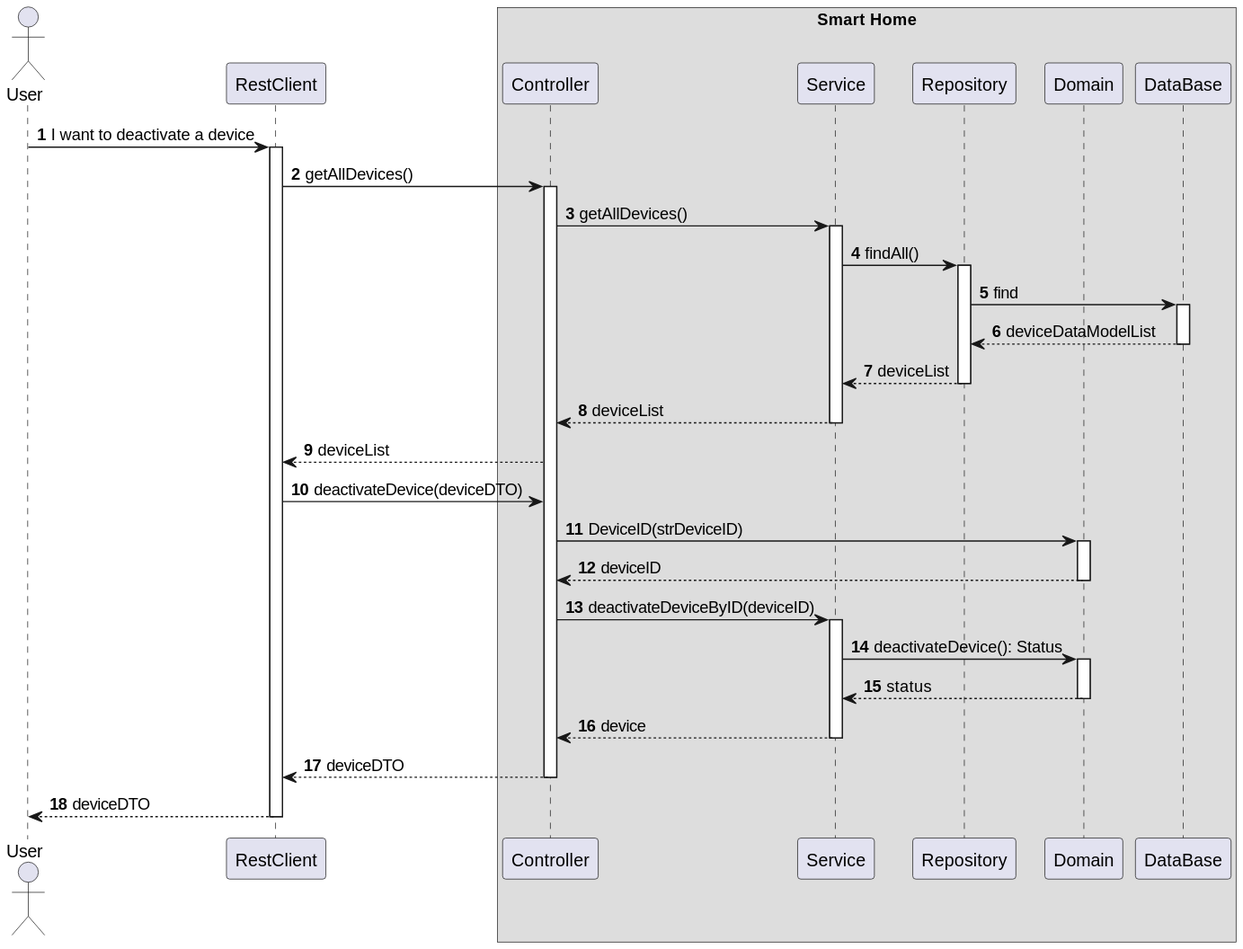
The PlantUML diagram docs/C4_4plus1_models/Level4/ProcessView/ProcessViewLevel4_UC08_v1.svg in moutajDev/smarthome, before a commit. Its diagram source:
```plantuml
@startuml
!pragma layout smetana

autonumber

actor "User" as User
participant "RestClient" as RC
box "Smart Home"
    participant "Controller" as CTRL
        participant "Service" as SV
        participant "Repository" as REPO
        participant "Domain" as DOM
        participant "DataBase" as BD
end box



User -> RC : I want to deactivate a device
activate RC

RC -> CTRL : getAllDevices()
activate CTRL

CTRL -> SV : getAllDevices()
activate SV

SV -> REPO : findAll()
activate REPO

REPO -> BD : find
activate BD

BD --> REPO : deviceDataModelList
deactivate BD

REPO --> SV : deviceList
deactivate REPO

SV --> CTRL : deviceList
deactivate SV

CTRL --> RC : deviceList

RC -> CTRL : deactivateDevice(deviceDTO)

CTRL -> DOM : DeviceID(strDeviceID)
activate DOM
DOM --> CTRL : deviceID
deactivate DOM

CTRL -> SV : deactivateDeviceByID(deviceID)
activate SV

SV -> DOM : deactivateDevice(): Status
activate DOM

DOM --> SV : status
deactivate DOM

SV --> CTRL : device
deactivate SV

CTRL --> RC : deviceDTO
deactivate CTRL

RC --> User : deviceDTO
deactivate RC
@enduml
```
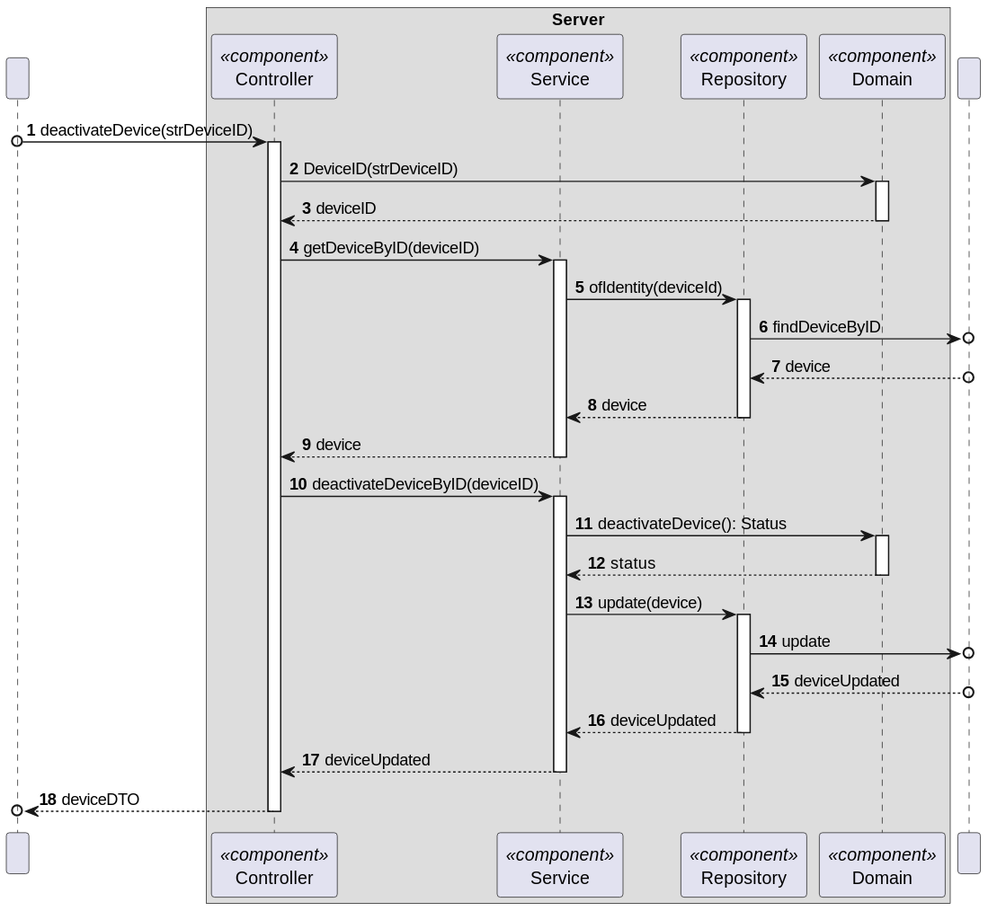
Above is the later version.

Change to the diagram source:
```diff
@@ -3,66 +3,61 @@
 
 autonumber
 
-actor "User" as User
-participant "RestClient" as RC
-box "Smart Home"
-    participant "Controller" as CTRL
-        participant "Service" as SV
-        participant "Repository" as REPO
-        participant "Domain" as DOM
-        participant "DataBase" as BD
+participant " " as HTTP
+
+box "Server"
+    participant "Controller" as CTRL<<component>>
+        participant "Service" as SV<<component>>
+        participant "Repository" as REPO<<component>>
+        participant "Domain" as DOM<<component>>
 end box
+participant " " as BD
 
 
 
-User -> RC : I want to deactivate a device
-activate RC
-
-RC -> CTRL : getAllDevices()
+HTTP o-> CTRL : deactivateDevice(strDeviceID)
 activate CTRL
 
-CTRL -> SV : getAllDevices()
+CTRL -> DOM: DeviceID(strDeviceID)
+activate DOM
+
+DOM --> CTRL : deviceID
+deactivate DOM
+
+CTRL -> SV : getDeviceByID(deviceID)
 activate SV
 
-SV -> REPO : findAll()
+SV -> REPO : ofIdentity(deviceId)
 activate REPO
-
-REPO -> BD : find
-activate BD
-
-BD --> REPO : deviceDataModelList
-deactivate BD
-
-REPO --> SV : deviceList
+REPO ->o BD : findDeviceByID
+BD o--> REPO : device
+REPO --> SV : device
 deactivate REPO
 
-SV --> CTRL : deviceList
+SV --> CTRL : device
 deactivate SV
 
-CTRL --> RC : deviceList
-
-RC -> CTRL : deactivateDevice(deviceDTO)
-
-CTRL -> DOM : DeviceID(strDeviceID)
-activate DOM
-DOM --> CTRL : deviceID
-deactivate DOM
 
 CTRL -> SV : deactivateDeviceByID(deviceID)
 activate SV
 
+
 SV -> DOM : deactivateDevice(): Status
 activate DOM
-
 DOM --> SV : status
 deactivate DOM
 
-SV --> CTRL : device
+SV -> REPO : update(device)
+activate REPO
+
+REPO ->o BD : update
+BD o--> REPO : deviceUpdated
+REPO --> SV : deviceUpdated
+deactivate REPO
+
+SV --> CTRL : deviceUpdated
 deactivate SV
 
-CTRL --> RC : deviceDTO
+CTRL -->o HTTP : deviceDTO
 deactivate CTRL
-
-RC --> User : deviceDTO
-deactivate RC
 @enduml
```
